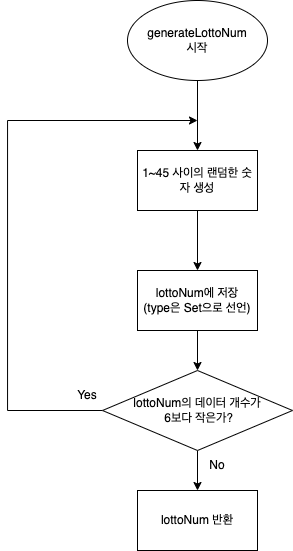
Before: lotto.png, a diagram exported from draw.io (yagom-academy/swift-starter-Round2). Source tidied: cells renumbered, new cells last; positions are measured from the earlier drawing's top-left corner, leaving out a move shared by most shapes. The source it was exported from:
```xml
<mxGraphModel background="#ffffff">
  <root>
    <mxCell id="0" />
    <mxCell id="1" parent="0" />
    <mxCell id="2" style="edgeStyle=orthogonalEdgeStyle;rounded=0;jettySize=auto;html=1;" parent="1" edge="1" source="3" target="5">
      <mxGeometry relative="1" as="geometry" />
    </mxCell>
    <mxCell id="3" value="generateLottoNum&lt;br&gt;시작" style="ellipse;whiteSpace=wrap;html=1;shape=ellipse;perimeter=ellipsePerimeter;" parent="1" vertex="1">
      <mxGeometry x="120" width="140" height="80" as="geometry" />
    </mxCell>
    <mxCell id="4" style="edgeStyle=orthogonalEdgeStyle;rounded=0;jettySize=auto;html=1;" parent="1" edge="1" source="5" target="7">
      <mxGeometry relative="1" as="geometry" />
    </mxCell>
    <mxCell id="5" value="1~45 사이의 랜덤한 숫자 생성" style="whiteSpace=wrap;html=1;" parent="1" vertex="1">
      <mxGeometry x="130" y="150" width="120" height="60" as="geometry" />
    </mxCell>
    <mxCell id="6" style="edgeStyle=orthogonalEdgeStyle;rounded=0;jettySize=auto;html=1;" parent="1" edge="1" source="7" target="10">
      <mxGeometry relative="1" as="geometry" />
    </mxCell>
    <mxCell id="7" value="lottoNum에 저장&lt;br&gt;(type은 Set으로 선언)" style="whiteSpace=wrap;html=1;" parent="1" vertex="1">
      <mxGeometry x="130" y="270" width="120" height="60" as="geometry" />
    </mxCell>
    <mxCell id="8" style="edgeStyle=orthogonalEdgeStyle;rounded=0;jettySize=auto;html=1;" parent="1" edge="1" source="10" target="11">
      <mxGeometry relative="1" as="geometry" />
    </mxCell>
    <mxCell id="9" style="edgeStyle=orthogonalEdgeStyle;rounded=0;jettySize=auto;html=1;" parent="1" edge="1" source="10">
      <mxGeometry relative="1" as="geometry">
        <mxPoint x="190" y="120" as="targetPoint" />
        <Array as="points">
          <mxPoint y="410" />
          <mxPoint y="120" />
        </Array>
      </mxGeometry>
    </mxCell>
    <mxCell id="10" value="lottoNum의 데이터 개수가&lt;br&gt;&amp;nbsp;6보다 작은가?" style="rhombus;whiteSpace=wrap;html=1;" parent="1" vertex="1">
      <mxGeometry x="95" y="370" width="190" height="80" as="geometry" />
    </mxCell>
    <mxCell id="11" value="lottoNum 반환" style="whiteSpace=wrap;html=1;" parent="1" vertex="1">
      <mxGeometry x="130" y="490" width="120" height="60" as="geometry" />
    </mxCell>
    <mxCell id="12" value="No" style="text;html=1;strokeColor=none;fillColor=none;align=center;verticalAlign=middle;whiteSpace=wrap;rounded=0;" parent="1" vertex="1">
      <mxGeometry x="180" y="450" width="60" height="30" as="geometry" />
    </mxCell>
    <mxCell id="13" value="Yes" style="text;html=1;strokeColor=none;fillColor=none;align=center;verticalAlign=middle;whiteSpace=wrap;rounded=0;" parent="1" vertex="1">
      <mxGeometry x="50" y="380" width="60" height="30" as="geometry" />
    </mxCell>
  </root>
</mxGraphModel>
```
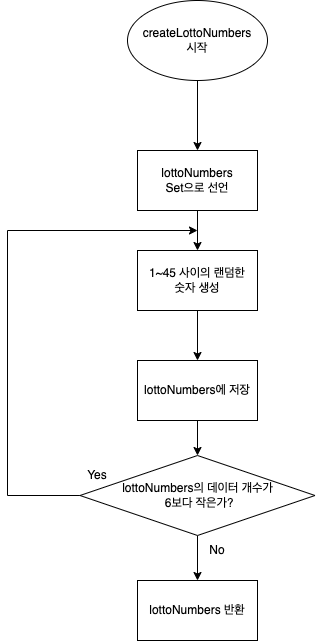
After the change.

Commit message:
fix: lotto 순서도 수정

lotto.png 수정

Diff of the diagram source:
```diff
@@ -5,44 +5,50 @@
     <mxCell id="2" style="edgeStyle=orthogonalEdgeStyle;rounded=0;jettySize=auto;html=1;" parent="1" edge="1" source="3" target="5">
       <mxGeometry relative="1" as="geometry" />
     </mxCell>
-    <mxCell id="3" value="generateLottoNum&lt;br&gt;시작" style="ellipse;whiteSpace=wrap;html=1;shape=ellipse;perimeter=ellipsePerimeter;" parent="1" vertex="1">
+    <mxCell id="3" value="createLottoNumbers&lt;br&gt;시작" style="ellipse;whiteSpace=wrap;html=1;shape=ellipse;perimeter=ellipsePerimeter;" parent="1" vertex="1">
       <mxGeometry x="120" width="140" height="80" as="geometry" />
     </mxCell>
     <mxCell id="4" style="edgeStyle=orthogonalEdgeStyle;rounded=0;jettySize=auto;html=1;" parent="1" edge="1" source="5" target="7">
       <mxGeometry relative="1" as="geometry" />
     </mxCell>
-    <mxCell id="5" value="1~45 사이의 랜덤한 숫자 생성" style="whiteSpace=wrap;html=1;" parent="1" vertex="1">
+    <mxCell id="5" value="lottoNumbers&lt;br&gt;Set으로 선언" style="whiteSpace=wrap;html=1;" parent="1" vertex="1">
       <mxGeometry x="130" y="150" width="120" height="60" as="geometry" />
     </mxCell>
-    <mxCell id="6" style="edgeStyle=orthogonalEdgeStyle;rounded=0;jettySize=auto;html=1;" parent="1" edge="1" source="7" target="10">
-      <mxGeometry relative="1" as="geometry" />
-    </mxCell>
+    <mxCell id="14" style="edgeStyle=orthogonalEdgeStyle;rounded=0;jettySize=auto;html=1;" parent="1" edge="1" source="7" target="16">
+      <mxGeometry relative="1" as="geometry" />
+    </mxCell>
-    <mxCell id="7" value="lottoNum에 저장&lt;br&gt;(type은 Set으로 선언)" style="whiteSpace=wrap;html=1;" parent="1" vertex="1">
-      <mxGeometry x="130" y="270" width="120" height="60" as="geometry" />
+    <mxCell id="7" value="1~45 사이의 랜덤한&lt;br&gt;숫자 생성" style="whiteSpace=wrap;html=1;" parent="1" vertex="1">
+      <mxGeometry x="130" y="250" width="120" height="60" as="geometry" />
     </mxCell>
     <mxCell id="8" style="edgeStyle=orthogonalEdgeStyle;rounded=0;jettySize=auto;html=1;" parent="1" edge="1" source="10" target="11">
       <mxGeometry relative="1" as="geometry" />
     </mxCell>
     <mxCell id="9" style="edgeStyle=orthogonalEdgeStyle;rounded=0;jettySize=auto;html=1;" parent="1" edge="1" source="10">
       <mxGeometry relative="1" as="geometry">
-        <mxPoint x="190" y="120" as="targetPoint" />
+        <mxPoint x="190" y="230" as="targetPoint" />
         <Array as="points">
-          <mxPoint y="410" />
-          <mxPoint y="120" />
+          <mxPoint y="495" />
+          <mxPoint y="230" />
         </Array>
       </mxGeometry>
     </mxCell>
-    <mxCell id="10" value="lottoNum의 데이터 개수가&lt;br&gt;&amp;nbsp;6보다 작은가?" style="rhombus;whiteSpace=wrap;html=1;" parent="1" vertex="1">
-      <mxGeometry x="95" y="370" width="190" height="80" as="geometry" />
+    <mxCell id="10" value="lottoNumbers의 데이터 개수가&lt;br&gt;&amp;nbsp;6보다 작은가?" style="rhombus;whiteSpace=wrap;html=1;" parent="1" vertex="1">
+      <mxGeometry x="72.5" y="455" width="235" height="80" as="geometry" />
     </mxCell>
-    <mxCell id="11" value="lottoNum 반환" style="whiteSpace=wrap;html=1;" parent="1" vertex="1">
-      <mxGeometry x="130" y="490" width="120" height="60" as="geometry" />
+    <mxCell id="11" value="lottoNumbers 반환" style="whiteSpace=wrap;html=1;" parent="1" vertex="1">
+      <mxGeometry x="130" y="580" width="120" height="60" as="geometry" />
     </mxCell>
     <mxCell id="12" value="No" style="text;html=1;strokeColor=none;fillColor=none;align=center;verticalAlign=middle;whiteSpace=wrap;rounded=0;" parent="1" vertex="1">
-      <mxGeometry x="180" y="450" width="60" height="30" as="geometry" />
+      <mxGeometry x="180" y="535" width="60" height="30" as="geometry" />
     </mxCell>
     <mxCell id="13" value="Yes" style="text;html=1;strokeColor=none;fillColor=none;align=center;verticalAlign=middle;whiteSpace=wrap;rounded=0;" parent="1" vertex="1">
-      <mxGeometry x="50" y="380" width="60" height="30" as="geometry" />
+      <mxGeometry x="60" y="460" width="60" height="30" as="geometry" />
     </mxCell>
+    <mxCell id="15" style="edgeStyle=orthogonalEdgeStyle;rounded=0;jettySize=auto;html=1;entryX=0.5;entryY=0;entryDx=0;entryDy=0;" parent="1" edge="1" source="16" target="10">
+      <mxGeometry relative="1" as="geometry" />
+    </mxCell>
+    <mxCell id="16" value="lottoNumbers에 저장" style="whiteSpace=wrap;html=1;" parent="1" vertex="1">
+      <mxGeometry x="130" y="360" width="120" height="60" as="geometry" />
+    </mxCell>
   </root>
 </mxGraphModel>
```
